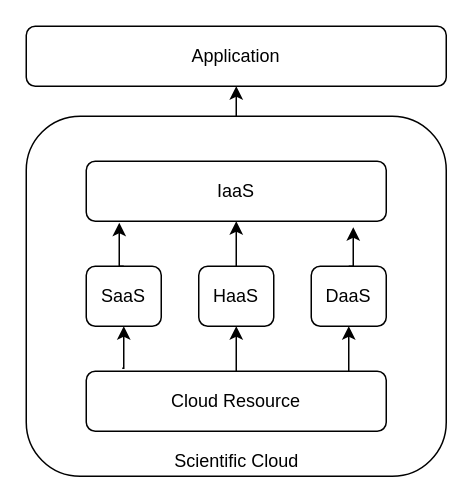
stefanDeveloper/master-thesis keeps this draw.io diagram as drawio/cloud-functionalities.drawio. Above is the earlier version. Source tidied: cells renumbered, new cells numbered last; positions are measured from the earlier drawing's top-left corner, leaving out a move shared by most shapes. Both pictures are drawn from the tidied source at 150%, with x=0, y=0 at pixel (26, 26).
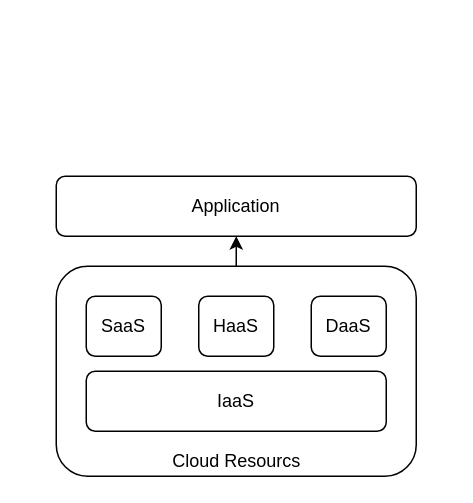
The same page after the edit.

What changed in the source:
```diff
@@
 <mxGraphModel>
   <root>
     <mxCell id="0" />
     <mxCell id="1" parent="0" />
     <mxCell id="2" style="edgeStyle=orthogonalEdgeStyle;rounded=0;jettySize=auto;html=1;exitX=0.5;exitY=0;exitDx=0;exitDy=0;entryX=0.5;entryY=1;entryDx=0;entryDy=0;" parent="1" edge="1" source="3" target="4">
       <mxGeometry relative="1" as="geometry" />
     </mxCell>
     <mxCell id="3" style="rounded=1;whiteSpace=wrap;html=1;fillColor=none;" parent="1" vertex="1">
-      <mxGeometry y="60" width="280" height="240" as="geometry" />
+      <mxGeometry x="20" y="160" width="240" height="140" as="geometry" />
     </mxCell>
     <mxCell id="4" value="Application" style="rounded=1;whiteSpace=wrap;html=1;fillColor=none;" parent="1" vertex="1">
-      <mxGeometry width="280" height="40" as="geometry" />
+      <mxGeometry x="20" y="100" width="240" height="40" as="geometry" />
     </mxCell>
-    <mxCell id="5" style="edgeStyle=orthogonalEdgeStyle;rounded=0;jettySize=auto;html=1;exitX=0.875;exitY=0;exitDx=0;exitDy=0;entryX=0.5;entryY=1;entryDx=0;entryDy=0;exitPerimeter=0;" parent="1" edge="1" source="8" target="15">
-      <mxGeometry relative="1" as="geometry" />
-    </mxCell>
-    <mxCell id="6" style="edgeStyle=orthogonalEdgeStyle;rounded=0;jettySize=auto;html=1;exitX=0.5;exitY=0;exitDx=0;exitDy=0;entryX=0.5;entryY=1;entryDx=0;entryDy=0;" parent="1" edge="1" source="8" target="13">
-      <mxGeometry relative="1" as="geometry" />
-    </mxCell>
-    <mxCell id="7" style="edgeStyle=orthogonalEdgeStyle;rounded=0;jettySize=auto;html=1;exitX=0.12;exitY=-0.05;exitDx=0;exitDy=0;entryX=0.5;entryY=1;entryDx=0;entryDy=0;exitPerimeter=0;" parent="1" edge="1" source="8" target="11">
-      <mxGeometry relative="1" as="geometry" />
-    </mxCell>
-    <mxCell id="8" value="Cloud Resource" style="rounded=1;whiteSpace=wrap;html=1;fillColor=none;" parent="1" vertex="1">
-      <mxGeometry x="40" y="230" width="200" height="40" as="geometry" />
-    </mxCell>
     <mxCell id="9" value="IaaS" style="rounded=1;whiteSpace=wrap;html=1;fillColor=none;" parent="1" vertex="1">
-      <mxGeometry x="40" y="90" width="200" height="40" as="geometry" />
+      <mxGeometry x="40" y="230" width="200" height="40" as="geometry" />
     </mxCell>
-    <mxCell id="10" style="edgeStyle=orthogonalEdgeStyle;rounded=0;jettySize=auto;html=1;exitX=0.5;exitY=0;exitDx=0;exitDy=0;entryX=0.11;entryY=1.025;entryDx=0;entryDy=0;entryPerimeter=0;" parent="1" edge="1" source="11" target="9">
-      <mxGeometry relative="1" as="geometry" />
-    </mxCell>
     <mxCell id="11" value="SaaS" style="rounded=1;whiteSpace=wrap;html=1;fillColor=none;" parent="1" vertex="1">
-      <mxGeometry x="40" y="160" width="50" height="40" as="geometry" />
+      <mxGeometry x="40" y="180" width="50" height="40" as="geometry" />
     </mxCell>
-    <mxCell id="12" style="edgeStyle=orthogonalEdgeStyle;rounded=0;jettySize=auto;html=1;exitX=0.5;exitY=0;exitDx=0;exitDy=0;entryX=0.5;entryY=1;entryDx=0;entryDy=0;" parent="1" edge="1" source="13" target="9">
-      <mxGeometry relative="1" as="geometry" />
-    </mxCell>
     <mxCell id="13" value="HaaS" style="rounded=1;whiteSpace=wrap;html=1;fillColor=none;" parent="1" vertex="1">
-      <mxGeometry x="115" y="160" width="50" height="40" as="geometry" />
+      <mxGeometry x="115" y="180" width="50" height="40" as="geometry" />
     </mxCell>
-    <mxCell id="14" style="edgeStyle=orthogonalEdgeStyle;rounded=0;jettySize=auto;html=1;exitX=0.5;exitY=0;exitDx=0;exitDy=0;entryX=0.89;entryY=1.1;entryDx=0;entryDy=0;entryPerimeter=0;" parent="1" edge="1" source="15" target="9">
-      <mxGeometry relative="1" as="geometry" />
-    </mxCell>
     <mxCell id="15" value="DaaS" style="rounded=1;whiteSpace=wrap;html=1;fillColor=none;" parent="1" vertex="1">
-      <mxGeometry x="190" y="160" width="50" height="40" as="geometry" />
+      <mxGeometry x="190" y="180" width="50" height="40" as="geometry" />
     </mxCell>
-    <mxCell id="16" value="Scientific Cloud" style="text;html=1;align=center;verticalAlign=middle;strokeColor=none;" parent="1" vertex="1">
-      <mxGeometry x="90" y="280" width="100" height="20" as="geometry" />
-    </mxCell>
+    <mxCell id="17" value="Cloud Resourcs" style="text;html=1;align=center;verticalAlign=middle;strokeColor=none;fillColor=none;" parent="1" vertex="1">
+      <mxGeometry x="90" y="280" width="100" height="20" as="geometry" />
+    </mxCell>
   </root>
 </mxGraphModel>
```
